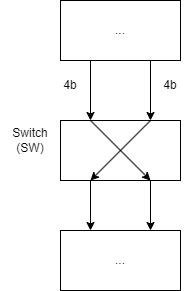
Earlier version of the draw.io export public/img/simpleDesPage/SW.png (hejzlzd1/EducrypterUHK). Source tidied: cells renumbered, new cells last; positions are measured from the earlier drawing's top-left corner, leaving out a move shared by most shapes. Its diagram source:
```xml
<mxGraphModel>
  <root>
    <mxCell id="0" />
    <mxCell id="1" parent="0" />
    <mxCell id="2" style="rounded=0;whiteSpace=wrap;html=1;" parent="1" vertex="1">
      <mxGeometry x="60" y="120" width="120" height="60" as="geometry" />
    </mxCell>
    <mxCell id="3" value="Switch (SW)" style="text;html=1;strokeColor=none;fillColor=none;align=center;verticalAlign=middle;whiteSpace=wrap;rounded=0;" parent="1" vertex="1">
      <mxGeometry y="125" width="60" height="30" as="geometry" />
    </mxCell>
    <mxCell id="4" style="endArrow=classic;html=1;rounded=0;entryX=0.25;entryY=0;entryDx=0;entryDy=0;" parent="1" edge="1" target="2">
      <mxGeometry relative="1" as="geometry">
        <mxPoint x="90" y="60" as="sourcePoint" />
      </mxGeometry>
    </mxCell>
    <mxCell id="5" style="endArrow=classic;html=1;rounded=0;entryX=0.75;entryY=0;entryDx=0;entryDy=0;" parent="1" edge="1" target="2">
      <mxGeometry relative="1" as="geometry">
        <mxPoint x="150" y="60" as="sourcePoint" />
      </mxGeometry>
    </mxCell>
    <mxCell id="6" value="4b" style="text;html=1;strokeColor=none;fillColor=none;align=center;verticalAlign=middle;whiteSpace=wrap;rounded=0;" parent="1" vertex="1">
      <mxGeometry x="150" y="70" width="40" height="30" as="geometry" />
    </mxCell>
    <mxCell id="7" value="4b" style="text;html=1;strokeColor=none;fillColor=none;align=center;verticalAlign=middle;whiteSpace=wrap;rounded=0;" parent="1" vertex="1">
      <mxGeometry x="50" y="70" width="40" height="30" as="geometry" />
    </mxCell>
    <mxCell id="8" style="endArrow=classic;html=1;rounded=0;exitX=0.25;exitY=0;exitDx=0;exitDy=0;entryX=0.75;entryY=1;entryDx=0;entryDy=0;" parent="1" edge="1" source="2" target="2">
      <mxGeometry relative="1" as="geometry" />
    </mxCell>
    <mxCell id="9" style="endArrow=classic;html=1;rounded=0;entryX=0.25;entryY=1;entryDx=0;entryDy=0;exitX=0.75;exitY=0;exitDx=0;exitDy=0;" parent="1" edge="1" source="2" target="2">
      <mxGeometry relative="1" as="geometry" />
    </mxCell>
    <mxCell id="10" style="endArrow=classic;html=1;rounded=0;exitX=0.25;exitY=1;exitDx=0;exitDy=0;" parent="1" edge="1" source="2">
      <mxGeometry relative="1" as="geometry">
        <mxPoint x="90" y="230" as="targetPoint" />
      </mxGeometry>
    </mxCell>
    <mxCell id="11" style="endArrow=classic;html=1;rounded=0;exitX=0.75;exitY=1;exitDx=0;exitDy=0;" parent="1" edge="1" source="2">
      <mxGeometry relative="1" as="geometry">
        <mxPoint x="150" y="230" as="targetPoint" />
      </mxGeometry>
    </mxCell>
    <mxCell id="12" value="..." style="rounded=0;whiteSpace=wrap;html=1;" parent="1" vertex="1">
      <mxGeometry x="60" y="230" width="120" height="60" as="geometry" />
    </mxCell>
    <mxCell id="13" value="..." style="rounded=0;whiteSpace=wrap;html=1;" parent="1" vertex="1">
      <mxGeometry x="60" width="120" height="60" as="geometry" />
    </mxCell>
  </root>
</mxGraphModel>
```
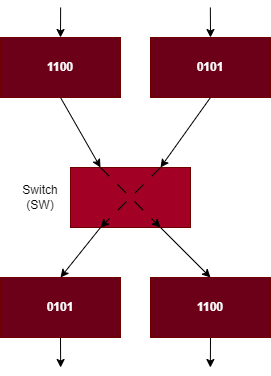
Above is the later version.

What changed in the source:
```diff
@@ -2,49 +2,61 @@
   <root>
     <mxCell id="0" />
     <mxCell id="1" parent="0" />
-    <mxCell id="2" style="rounded=0;whiteSpace=wrap;html=1;" parent="1" vertex="1">
+    <mxCell id="2" style="rounded=0;whiteSpace=wrap;html=1;fillColor=#a20025;fontColor=#ffffff;strokeColor=#6F0000;" parent="1" vertex="1">
       <mxGeometry x="60" y="120" width="120" height="60" as="geometry" />
     </mxCell>
     <mxCell id="3" value="Switch (SW)" style="text;html=1;strokeColor=none;fillColor=none;align=center;verticalAlign=middle;whiteSpace=wrap;rounded=0;" parent="1" vertex="1">
-      <mxGeometry y="125" width="60" height="30" as="geometry" />
+      <mxGeometry y="135" width="60" height="30" as="geometry" />
     </mxCell>
-    <mxCell id="4" style="endArrow=classic;html=1;rounded=0;entryX=0.25;entryY=0;entryDx=0;entryDy=0;" parent="1" edge="1" target="2">
-      <mxGeometry relative="1" as="geometry">
-        <mxPoint x="90" y="60" as="sourcePoint" />
-      </mxGeometry>
+    <mxCell id="4" style="endArrow=classic;html=1;rounded=0;entryX=0.25;entryY=0;entryDx=0;entryDy=0;exitX=0.5;exitY=1;exitDx=0;exitDy=0;" parent="1" edge="1" source="15" target="2">
+      <mxGeometry relative="1" as="geometry" />
     </mxCell>
-    <mxCell id="5" style="endArrow=classic;html=1;rounded=0;entryX=0.75;entryY=0;entryDx=0;entryDy=0;" parent="1" edge="1" target="2">
-      <mxGeometry relative="1" as="geometry">
-        <mxPoint x="150" y="60" as="sourcePoint" />
-      </mxGeometry>
-    </mxCell>
-    <mxCell id="6" value="4b" style="text;html=1;strokeColor=none;fillColor=none;align=center;verticalAlign=middle;whiteSpace=wrap;rounded=0;" parent="1" vertex="1">
-      <mxGeometry x="150" y="70" width="40" height="30" as="geometry" />
-    </mxCell>
-    <mxCell id="7" value="4b" style="text;html=1;strokeColor=none;fillColor=none;align=center;verticalAlign=middle;whiteSpace=wrap;rounded=0;" parent="1" vertex="1">
-      <mxGeometry x="50" y="70" width="40" height="30" as="geometry" />
-    </mxCell>
-    <mxCell id="8" style="endArrow=classic;html=1;rounded=0;exitX=0.25;exitY=0;exitDx=0;exitDy=0;entryX=0.75;entryY=1;entryDx=0;entryDy=0;" parent="1" edge="1" source="2" target="2">
-      <mxGeometry relative="1" as="geometry" />
-    </mxCell>
-    <mxCell id="9" style="endArrow=classic;html=1;rounded=0;entryX=0.25;entryY=1;entryDx=0;entryDy=0;exitX=0.75;exitY=0;exitDx=0;exitDy=0;" parent="1" edge="1" source="2" target="2">
-      <mxGeometry relative="1" as="geometry" />
-    </mxCell>
-    <mxCell id="10" style="endArrow=classic;html=1;rounded=0;exitX=0.25;exitY=1;exitDx=0;exitDy=0;" parent="1" edge="1" source="2">
-      <mxGeometry relative="1" as="geometry">
-        <mxPoint x="90" y="230" as="targetPoint" />
-      </mxGeometry>
+    <mxCell id="10" style="endArrow=classic;html=1;rounded=0;exitX=0.25;exitY=1;exitDx=0;exitDy=0;entryX=0.5;entryY=0;entryDx=0;entryDy=0;" parent="1" edge="1" source="2" target="20">
+      <mxGeometry relative="1" as="geometry" />
     </mxCell>
-    <mxCell id="11" style="endArrow=classic;html=1;rounded=0;exitX=0.75;exitY=1;exitDx=0;exitDy=0;" parent="1" edge="1" source="2">
-      <mxGeometry relative="1" as="geometry">
-        <mxPoint x="150" y="230" as="targetPoint" />
-      </mxGeometry>
+    <mxCell id="11" style="endArrow=classic;html=1;rounded=0;exitX=0.75;exitY=1;exitDx=0;exitDy=0;entryX=0.5;entryY=0;entryDx=0;entryDy=0;" parent="1" edge="1" source="2" target="22">
+      <mxGeometry relative="1" as="geometry" />
     </mxCell>
-    <mxCell id="12" value="..." style="rounded=0;whiteSpace=wrap;html=1;" parent="1" vertex="1">
-      <mxGeometry x="60" y="230" width="120" height="60" as="geometry" />
-    </mxCell>
-    <mxCell id="13" value="..." style="rounded=0;whiteSpace=wrap;html=1;" parent="1" vertex="1">
-      <mxGeometry x="60" width="120" height="60" as="geometry" />
-    </mxCell>
+    <mxCell id="14" style="edgeStyle=orthogonalEdgeStyle;rounded=0;jettySize=auto;html=1;exitX=0.5;exitY=0;exitDx=0;exitDy=0;startArrow=classic;startFill=1;endArrow=none;endFill=0;" parent="1" edge="1" source="15">
+      <mxGeometry relative="1" as="geometry">
+        <mxPoint x="50.1" y="-40" as="targetPoint" />
+      </mxGeometry>
+    </mxCell>
+    <mxCell id="15" value="&lt;b&gt;1100&lt;/b&gt;" style="rounded=0;whiteSpace=wrap;html=1;fillColor=#6B0018;fontColor=#ffffff;strokeColor=#6F0000;" parent="1" vertex="1">
+      <mxGeometry x="-10" y="-10" width="120" height="60" as="geometry" />
+    </mxCell>
+    <mxCell id="16" style="rounded=0;jettySize=auto;html=1;exitX=0.5;exitY=1;exitDx=0;exitDy=0;entryX=0.75;entryY=0;entryDx=0;entryDy=0;" parent="1" edge="1" source="18" target="2">
+      <mxGeometry relative="1" as="geometry" />
+    </mxCell>
+    <mxCell id="17" style="edgeStyle=orthogonalEdgeStyle;rounded=0;jettySize=auto;html=1;exitX=0.5;exitY=0;exitDx=0;exitDy=0;startArrow=classic;startFill=1;endArrow=none;endFill=0;" parent="1" edge="1" source="18">
+      <mxGeometry relative="1" as="geometry">
+        <mxPoint x="199.9" y="-40" as="targetPoint" />
+      </mxGeometry>
+    </mxCell>
+    <mxCell id="18" value="&lt;b&gt;0101&lt;/b&gt;" style="rounded=0;whiteSpace=wrap;html=1;fillColor=#6B0018;fontColor=#ffffff;strokeColor=#6F0000;" parent="1" vertex="1">
+      <mxGeometry x="140" y="-10" width="120" height="60" as="geometry" />
+    </mxCell>
+    <mxCell id="19" style="edgeStyle=orthogonalEdgeStyle;rounded=0;jettySize=auto;html=1;exitX=0.5;exitY=1;exitDx=0;exitDy=0;" parent="1" edge="1" source="20">
+      <mxGeometry relative="1" as="geometry">
+        <mxPoint x="50.1" y="320" as="targetPoint" />
+      </mxGeometry>
+    </mxCell>
+    <mxCell id="20" value="&lt;b&gt;0101&lt;/b&gt;" style="rounded=0;whiteSpace=wrap;html=1;fillColor=#6B0018;fontColor=#ffffff;strokeColor=#6F0000;" parent="1" vertex="1">
+      <mxGeometry x="-10" y="230" width="120" height="60" as="geometry" />
+    </mxCell>
+    <mxCell id="21" style="edgeStyle=orthogonalEdgeStyle;rounded=0;jettySize=auto;html=1;exitX=0.5;exitY=1;exitDx=0;exitDy=0;" parent="1" edge="1" source="22">
+      <mxGeometry relative="1" as="geometry">
+        <mxPoint x="199.9" y="320" as="targetPoint" />
+      </mxGeometry>
+    </mxCell>
+    <mxCell id="22" value="&lt;b&gt;1100&lt;/b&gt;" style="rounded=0;whiteSpace=wrap;html=1;fillColor=#6B0018;fontColor=#ffffff;strokeColor=#6F0000;" parent="1" vertex="1">
+      <mxGeometry x="140" y="230" width="120" height="60" as="geometry" />
+    </mxCell>
+    <mxCell id="23" style="rounded=0;orthogonalLoop=1;jettySize=auto;html=1;exitX=0.25;exitY=0;exitDx=0;exitDy=0;entryX=0.75;entryY=1;entryDx=0;entryDy=0;dashed=1;dashPattern=12 12;" parent="1" edge="1" source="2" target="2">
+      <mxGeometry relative="1" as="geometry" />
+    </mxCell>
+    <mxCell id="24" style="rounded=0;orthogonalLoop=1;jettySize=auto;html=1;exitX=0.75;exitY=0;exitDx=0;exitDy=0;entryX=0.25;entryY=1;entryDx=0;entryDy=0;dashed=1;dashPattern=12 12;" parent="1" edge="1" source="2" target="2">
+      <mxGeometry relative="1" as="geometry" />
+    </mxCell>
   </root>
 </mxGraphModel>
```
